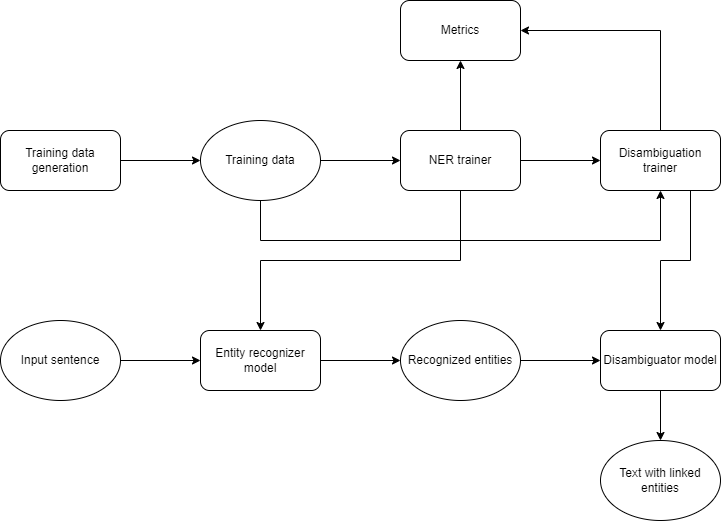
riehseun/riehseun.github.io keeps this draw.io diagram as img/system-design/entity-linking1.png. Above is the earlier version. Source tidied: cells renumbered, new cells last; positions are measured from the earlier drawing's top-left corner, leaving out a move shared by most shapes.
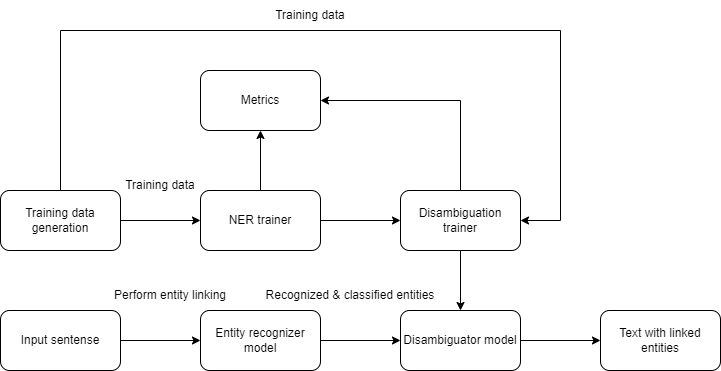
After the change.

Diff of the diagram source:
```diff
@@ -2,76 +2,74 @@
   <root>
     <mxCell id="0" />
     <mxCell id="1" parent="0" />
-    <mxCell id="2" style="edgeStyle=orthogonalEdgeStyle;rounded=0;jettySize=auto;html=1;exitX=1;exitY=0.5;exitDx=0;exitDy=0;entryX=0;entryY=0.5;entryDx=0;entryDy=0;" parent="1" edge="1" source="3" target="6">
-      <mxGeometry relative="1" as="geometry" />
-    </mxCell>
+    <mxCell id="24" style="edgeStyle=orthogonalEdgeStyle;rounded=0;jettySize=auto;html=1;exitX=0.5;exitY=0;exitDx=0;exitDy=0;entryX=1;entryY=0.5;entryDx=0;entryDy=0;" parent="1" edge="1" source="3" target="13">
+      <mxGeometry relative="1" as="geometry">
+        <Array as="points">
+          <mxPoint x="60" y="-40" />
+          <mxPoint x="560" y="-40" />
+          <mxPoint x="560" y="150" />
+        </Array>
+      </mxGeometry>
+    </mxCell>
+    <mxCell id="25" style="edgeStyle=orthogonalEdgeStyle;rounded=0;jettySize=auto;html=1;exitX=1;exitY=0.5;exitDx=0;exitDy=0;entryX=0;entryY=0.5;entryDx=0;entryDy=0;" parent="1" edge="1" source="3" target="10">
+      <mxGeometry relative="1" as="geometry" />
+    </mxCell>
     <mxCell id="3" value="Training data generation" style="rounded=1;whiteSpace=wrap;html=1;" parent="1" vertex="1">
-      <mxGeometry y="130" width="120" height="60" as="geometry" />
+      <mxGeometry y="120" width="120" height="60" as="geometry" />
     </mxCell>
-    <mxCell id="4" style="edgeStyle=orthogonalEdgeStyle;rounded=0;jettySize=auto;html=1;exitX=1;exitY=0.5;exitDx=0;exitDy=0;entryX=0;entryY=0.5;entryDx=0;entryDy=0;" parent="1" edge="1" source="6" target="10">
-      <mxGeometry relative="1" as="geometry" />
-    </mxCell>
-    <mxCell id="5" style="edgeStyle=orthogonalEdgeStyle;rounded=0;jettySize=auto;html=1;exitX=0.5;exitY=1;exitDx=0;exitDy=0;entryX=0.5;entryY=1;entryDx=0;entryDy=0;" parent="1" edge="1" source="6" target="13">
-      <mxGeometry relative="1" as="geometry">
-        <Array as="points">
-          <mxPoint x="260" y="240" />
-          <mxPoint x="660" y="240" />
-        </Array>
-      </mxGeometry>
-    </mxCell>
-    <mxCell id="6" value="Training data" style="ellipse;whiteSpace=wrap;html=1;" parent="1" vertex="1">
-      <mxGeometry x="200" y="120" width="120" height="80" as="geometry" />
-    </mxCell>
+    <mxCell id="14" value="Metrics" style="rounded=1;whiteSpace=wrap;html=1;" parent="1" vertex="1">
+      <mxGeometry x="200" width="120" height="60" as="geometry" />
+    </mxCell>
+    <mxCell id="8" style="edgeStyle=orthogonalEdgeStyle;rounded=0;jettySize=auto;html=1;exitX=0.5;exitY=0;exitDx=0;exitDy=0;entryX=0.5;entryY=1;entryDx=0;entryDy=0;" parent="1" edge="1" source="10" target="14">
+      <mxGeometry relative="1" as="geometry" />
+    </mxCell>
-    <mxCell id="7" style="edgeStyle=orthogonalEdgeStyle;rounded=0;jettySize=auto;html=1;exitX=1;exitY=0.5;exitDx=0;exitDy=0;" parent="1" edge="1" source="10" target="13">
+    <mxCell id="7" style="edgeStyle=orthogonalEdgeStyle;rounded=0;jettySize=auto;html=1;exitX=1;exitY=0.5;exitDx=0;exitDy=0;entryX=0;entryY=0.5;entryDx=0;entryDy=0;" parent="1" edge="1" source="10" target="13">
       <mxGeometry relative="1" as="geometry" />
     </mxCell>
-    <mxCell id="8" style="edgeStyle=orthogonalEdgeStyle;rounded=0;jettySize=auto;html=1;exitX=0.5;exitY=0;exitDx=0;exitDy=0;entryX=0.5;entryY=1;entryDx=0;entryDy=0;" parent="1" edge="1" source="10" target="14">
-      <mxGeometry relative="1" as="geometry" />
-    </mxCell>
-    <mxCell id="9" style="edgeStyle=orthogonalEdgeStyle;rounded=0;jettySize=auto;html=1;exitX=0.5;exitY=1;exitDx=0;exitDy=0;entryX=0.5;entryY=0;entryDx=0;entryDy=0;" parent="1" edge="1" source="10" target="16">
-      <mxGeometry relative="1" as="geometry" />
-    </mxCell>
     <mxCell id="10" value="NER trainer" style="rounded=1;whiteSpace=wrap;html=1;" parent="1" vertex="1">
-      <mxGeometry x="400" y="130" width="120" height="60" as="geometry" />
+      <mxGeometry x="200" y="120" width="120" height="60" as="geometry" />
     </mxCell>
     <mxCell id="11" style="edgeStyle=orthogonalEdgeStyle;rounded=0;jettySize=auto;html=1;exitX=0.5;exitY=0;exitDx=0;exitDy=0;entryX=1;entryY=0.5;entryDx=0;entryDy=0;" parent="1" edge="1" source="13" target="14">
       <mxGeometry relative="1" as="geometry" />
     </mxCell>
-    <mxCell id="12" style="edgeStyle=orthogonalEdgeStyle;rounded=0;jettySize=auto;html=1;exitX=0.75;exitY=1;exitDx=0;exitDy=0;entryX=0.5;entryY=0;entryDx=0;entryDy=0;" parent="1" edge="1" source="13" target="20">
+    <mxCell id="12" style="edgeStyle=orthogonalEdgeStyle;rounded=0;jettySize=auto;html=1;exitX=0.5;exitY=1;exitDx=0;exitDy=0;entryX=0.5;entryY=0;entryDx=0;entryDy=0;" parent="1" edge="1" source="13" target="20">
       <mxGeometry relative="1" as="geometry" />
     </mxCell>
     <mxCell id="13" value="Disambiguation trainer" style="rounded=1;whiteSpace=wrap;html=1;" parent="1" vertex="1">
-      <mxGeometry x="600" y="130" width="120" height="60" as="geometry" />
+      <mxGeometry x="400" y="120" width="120" height="60" as="geometry" />
     </mxCell>
-    <mxCell id="14" value="Metrics" style="rounded=1;whiteSpace=wrap;html=1;" parent="1" vertex="1">
-      <mxGeometry x="400" width="120" height="60" as="geometry" />
-    </mxCell>
-    <mxCell id="15" style="edgeStyle=orthogonalEdgeStyle;rounded=0;jettySize=auto;html=1;exitX=1;exitY=0.5;exitDx=0;exitDy=0;" parent="1" edge="1" source="16" target="18">
-      <mxGeometry relative="1" as="geometry" />
-    </mxCell>
-    <mxCell id="16" value="Entity recognizer model" style="rounded=1;whiteSpace=wrap;html=1;" parent="1" vertex="1">
-      <mxGeometry x="200" y="330" width="120" height="60" as="geometry" />
-    </mxCell>
-    <mxCell id="17" style="edgeStyle=orthogonalEdgeStyle;rounded=0;jettySize=auto;html=1;exitX=1;exitY=0.5;exitDx=0;exitDy=0;entryX=0;entryY=0.5;entryDx=0;entryDy=0;" parent="1" edge="1" source="18" target="20">
-      <mxGeometry relative="1" as="geometry" />
-    </mxCell>
-    <mxCell id="18" value="Recognized entities" style="ellipse;whiteSpace=wrap;html=1;" parent="1" vertex="1">
-      <mxGeometry x="400" y="320" width="120" height="80" as="geometry" />
-    </mxCell>
+    <mxCell id="26" value="Training data" style="text;html=1;strokeColor=none;fillColor=none;align=center;verticalAlign=middle;whiteSpace=wrap;rounded=0;" parent="1" vertex="1">
+      <mxGeometry x="120" y="100" width="80" height="30" as="geometry" />
+    </mxCell>
+    <mxCell id="27" value="Training data" style="text;html=1;strokeColor=none;fillColor=none;align=center;verticalAlign=middle;whiteSpace=wrap;rounded=0;" parent="1" vertex="1">
+      <mxGeometry x="270" y="-70" width="80" height="30" as="geometry" />
+    </mxCell>
-    <mxCell id="19" style="edgeStyle=orthogonalEdgeStyle;rounded=0;jettySize=auto;html=1;exitX=0.5;exitY=1;exitDx=0;exitDy=0;" parent="1" edge="1" source="20" target="21">
+    <mxCell id="19" style="edgeStyle=orthogonalEdgeStyle;rounded=0;jettySize=auto;html=1;exitX=1;exitY=0.5;exitDx=0;exitDy=0;entryX=0;entryY=0.5;entryDx=0;entryDy=0;" parent="1" edge="1" source="20" target="21">
       <mxGeometry relative="1" as="geometry" />
     </mxCell>
     <mxCell id="20" value="Disambiguator model" style="rounded=1;whiteSpace=wrap;html=1;" parent="1" vertex="1">
-      <mxGeometry x="600" y="330" width="120" height="60" as="geometry" />
+      <mxGeometry x="400" y="240" width="120" height="60" as="geometry" />
     </mxCell>
+    <mxCell id="28" style="edgeStyle=orthogonalEdgeStyle;rounded=0;jettySize=auto;html=1;exitX=1;exitY=0.5;exitDx=0;exitDy=0;entryX=0;entryY=0.5;entryDx=0;entryDy=0;" parent="1" edge="1" source="16" target="20">
+      <mxGeometry relative="1" as="geometry" />
+    </mxCell>
+    <mxCell id="16" value="Entity recognizer model" style="rounded=1;whiteSpace=wrap;html=1;" parent="1" vertex="1">
+      <mxGeometry x="200" y="240" width="120" height="60" as="geometry" />
+    </mxCell>
+    <mxCell id="29" value="Recognized &amp;amp; classified entities" style="text;html=1;strokeColor=none;fillColor=none;align=center;verticalAlign=middle;whiteSpace=wrap;rounded=0;" parent="1" vertex="1">
+      <mxGeometry x="260" y="210" width="180" height="30" as="geometry" />
+    </mxCell>
+    <mxCell id="30" style="edgeStyle=orthogonalEdgeStyle;rounded=0;jettySize=auto;html=1;exitX=1;exitY=0.5;exitDx=0;exitDy=0;" parent="1" edge="1" source="31" target="16">
+      <mxGeometry relative="1" as="geometry" />
+    </mxCell>
+    <mxCell id="31" value="Input sentense" style="rounded=1;whiteSpace=wrap;html=1;" parent="1" vertex="1">
+      <mxGeometry y="240" width="120" height="60" as="geometry" />
+    </mxCell>
+    <mxCell id="32" value="Perform entity linking" style="text;html=1;strokeColor=none;fillColor=none;align=center;verticalAlign=middle;whiteSpace=wrap;rounded=0;" parent="1" vertex="1">
+      <mxGeometry x="110" y="210" width="120" height="30" as="geometry" />
+    </mxCell>
-    <mxCell id="21" value="Text with linked entities" style="ellipse;whiteSpace=wrap;html=1;" parent="1" vertex="1">
-      <mxGeometry x="600" y="440" width="120" height="80" as="geometry" />
+    <mxCell id="21" value="Text with linked entities" style="rounded=1;whiteSpace=wrap;html=1;" parent="1" vertex="1">
+      <mxGeometry x="600" y="240" width="120" height="60" as="geometry" />
     </mxCell>
-    <mxCell id="22" style="edgeStyle=orthogonalEdgeStyle;rounded=0;jettySize=auto;html=1;exitX=1;exitY=0.5;exitDx=0;exitDy=0;entryX=0;entryY=0.5;entryDx=0;entryDy=0;" parent="1" edge="1" source="23" target="16">
-      <mxGeometry relative="1" as="geometry" />
-    </mxCell>
-    <mxCell id="23" value="Input sentence" style="ellipse;whiteSpace=wrap;html=1;" parent="1" vertex="1">
-      <mxGeometry y="320" width="120" height="80" as="geometry" />
-    </mxCell>
   </root>
 </mxGraphModel>
```
